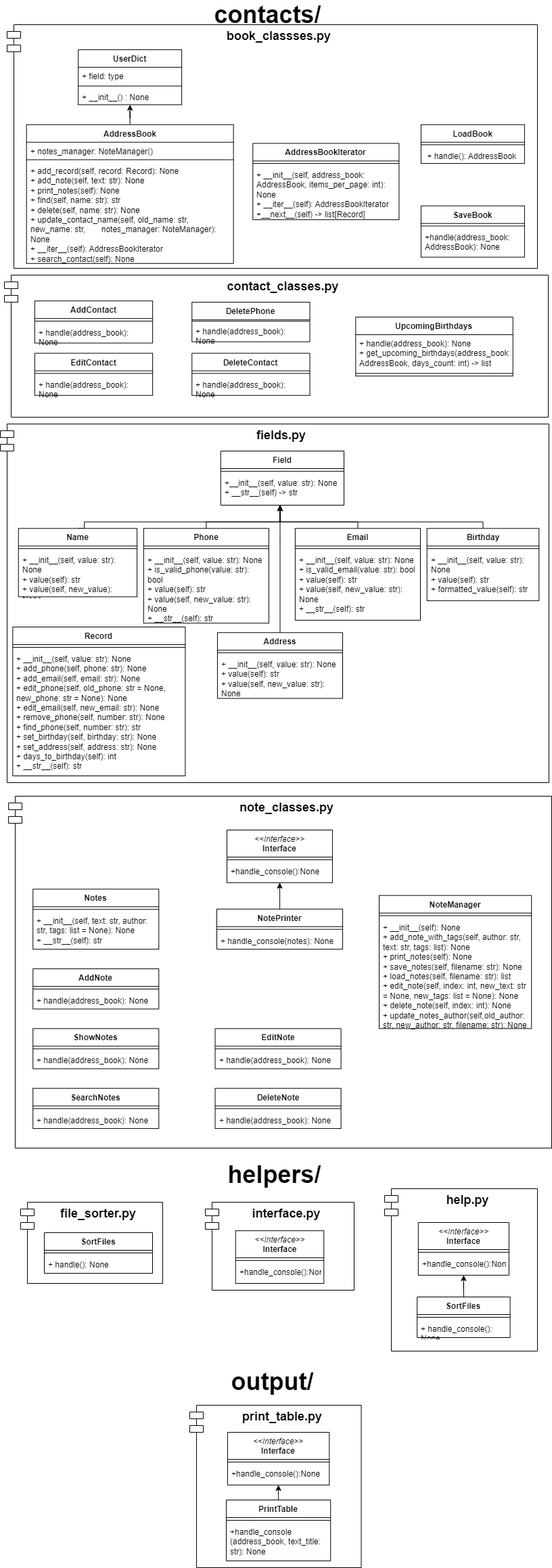
Earlier version of the draw.io export HW_1/Task_1/UML.drawio.png (alenaporoskun/Python_WEB). Source tidied: cells renumbered, new cells last; positions are measured from the earlier drawing's top-left corner, leaving out a move shared by most shapes.
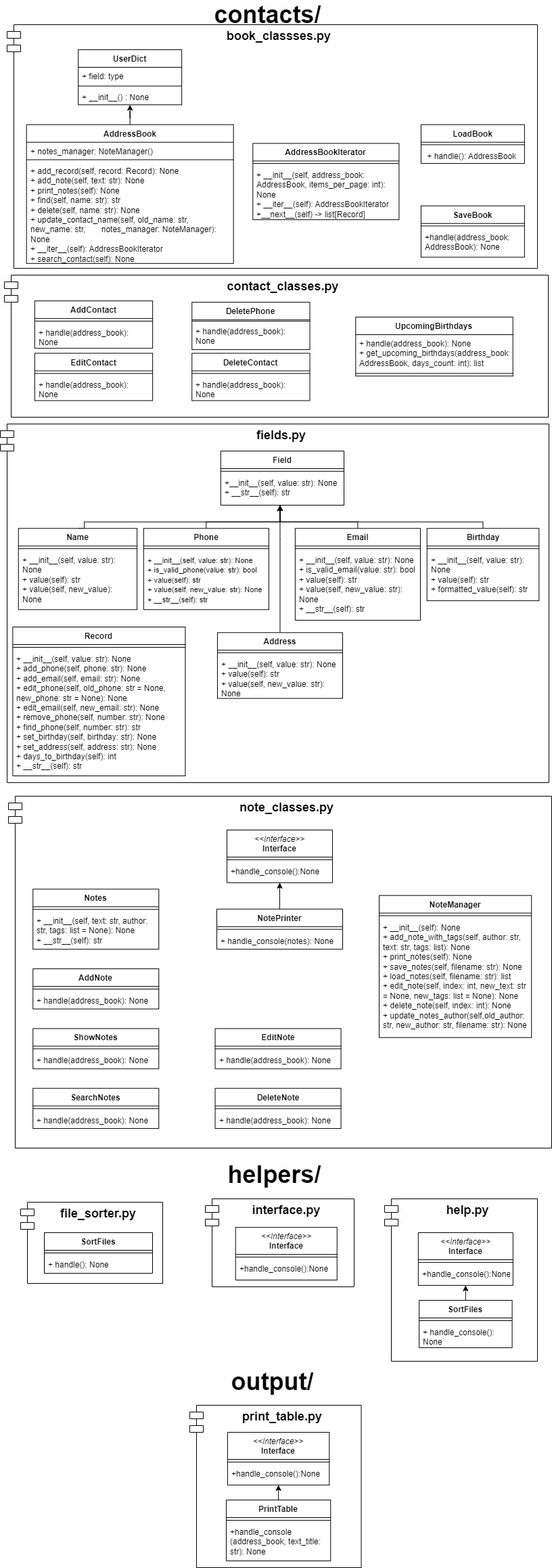
The same file after the commit.

Diff of the diagram source:
```diff
@@ -42,13 +42,13 @@
       <mxGeometry relative="1" as="geometry" />
     </mxCell>
     <mxCell id="15" value="NoteManager" style="swimlane;fontStyle=1;align=center;verticalAlign=top;horizontal=1;startSize=26;whiteSpace=wrap;html=1;" parent="3" vertex="1">
-      <mxGeometry x="548" y="146.7" width="225.2" height="196.7" as="geometry" />
+      <mxGeometry x="548" y="146.7" width="225.2" height="210" as="geometry" />
     </mxCell>
     <mxCell id="16" style="line;strokeWidth=1;fillColor=none;align=left;verticalAlign=middle;spacingTop=-1;spacingLeft=3;spacingRight=3;labelPosition=right;strokeColor=inherit;" parent="15" vertex="1">
       <mxGeometry y="26" width="225.2" height="7.8" as="geometry" />
     </mxCell>
     <mxCell id="17" value="+&amp;nbsp;__init__(self): None&lt;br&gt;+&amp;nbsp;add_note_with_tags(self, author: str, text: str, tags: list): None&lt;br&gt;+&amp;nbsp;print_notes(self): None&lt;br&gt;+&amp;nbsp;save_notes(self, filename: str): None&lt;br&gt;+&amp;nbsp;load_notes(self, filename: str): list&lt;br&gt;+&amp;nbsp;edit_note(self, index: int, new_text: str = None,&amp;nbsp;new_tags: list = None): None&lt;br&gt;+ delete_note(self, index: int): None&lt;br&gt;+&amp;nbsp;&lt;span style=&quot;background-color: initial;&quot;&gt;update_notes_author(self,old_author: str, new_author: str,&lt;/span&gt;&lt;span style=&quot;background-color: initial;&quot;&gt;&amp;nbsp;filename: str): None&lt;/span&gt;&lt;span style=&quot;background-color: initial;&quot;&gt;&lt;br&gt;&lt;/span&gt;" style="text;strokeColor=none;fillColor=none;align=left;verticalAlign=top;spacingLeft=4;spacingRight=4;overflow=hidden;whiteSpace=wrap;html=1;" parent="15" vertex="1">
-      <mxGeometry y="33.8" width="225.2" height="162.9" as="geometry" />
+      <mxGeometry y="33.8" width="225.2" height="176.2" as="geometry" />
     </mxCell>
     <mxCell id="18" value="AddNote" style="swimlane;fontStyle=1;align=center;verticalAlign=top;horizontal=1;startSize=26;whiteSpace=wrap;html=1;" parent="3" vertex="1">
       <mxGeometry x="36.2" y="255.1" width="186.1" height="59.4" as="geometry" />
@@ -102,45 +102,45 @@
       <mxGeometry x="-10" width="804" height="210" as="geometry" />
     </mxCell>
     <mxCell id="35" value="AddContact" style="swimlane;fontStyle=1;align=center;verticalAlign=top;horizontal=1;startSize=26;whiteSpace=wrap;html=1;" parent="33" vertex="1">
-      <mxGeometry x="34.9" y="38.2" width="174.3" height="62.3" as="geometry" />
+      <mxGeometry x="34.9" y="38.2" width="174.3" height="70" as="geometry" />
     </mxCell>
     <mxCell id="36" style="line;strokeWidth=1;fillColor=none;align=left;verticalAlign=middle;spacingTop=-1;spacingLeft=3;spacingRight=3;labelPosition=right;strokeColor=inherit;" parent="35" vertex="1">
       <mxGeometry y="26" width="174.3" height="7.6" as="geometry" />
     </mxCell>
     <mxCell id="37" value="+&amp;nbsp;handle(address_book): None" style="text;strokeColor=none;fillColor=none;align=left;verticalAlign=top;spacingLeft=4;spacingRight=4;overflow=hidden;whiteSpace=wrap;html=1;" parent="35" vertex="1">
-      <mxGeometry y="33.6" width="174.3" height="28.6" as="geometry" />
+      <mxGeometry y="33.6" width="174.3" height="36.4" as="geometry" />
     </mxCell>
     <mxCell id="38" value="EditContact" style="swimlane;fontStyle=1;align=center;verticalAlign=top;horizontal=1;startSize=26;whiteSpace=wrap;html=1;" parent="33" vertex="1">
-      <mxGeometry x="34.9" y="115.5" width="174.3" height="62.3" as="geometry" />
+      <mxGeometry x="34.9" y="115.5" width="174.3" height="70" as="geometry" />
     </mxCell>
     <mxCell id="39" style="line;strokeWidth=1;fillColor=none;align=left;verticalAlign=middle;spacingTop=-1;spacingLeft=3;spacingRight=3;labelPosition=right;strokeColor=inherit;" parent="38" vertex="1">
       <mxGeometry y="26" width="174.3" height="7.6" as="geometry" />
     </mxCell>
     <mxCell id="40" value="+&amp;nbsp;handle(address_book): None" style="text;strokeColor=none;fillColor=none;align=left;verticalAlign=top;spacingLeft=4;spacingRight=4;overflow=hidden;whiteSpace=wrap;html=1;" parent="38" vertex="1">
-      <mxGeometry y="33.6" width="174.3" height="28.6" as="geometry" />
+      <mxGeometry y="33.6" width="174.3" height="36.4" as="geometry" />
     </mxCell>
     <mxCell id="41" value="DeleteContact" style="swimlane;fontStyle=1;align=center;verticalAlign=top;horizontal=1;startSize=26;whiteSpace=wrap;html=1;" parent="33" vertex="1">
-      <mxGeometry x="267.2" y="115.5" width="174.3" height="62.3" as="geometry" />
+      <mxGeometry x="267.2" y="115.5" width="174.3" height="70" as="geometry" />
     </mxCell>
     <mxCell id="42" style="line;strokeWidth=1;fillColor=none;align=left;verticalAlign=middle;spacingTop=-1;spacingLeft=3;spacingRight=3;labelPosition=right;strokeColor=inherit;" parent="41" vertex="1">
       <mxGeometry y="26" width="174.3" height="7.6" as="geometry" />
     </mxCell>
     <mxCell id="43" value="+&amp;nbsp;handle(address_book): None" style="text;strokeColor=none;fillColor=none;align=left;verticalAlign=top;spacingLeft=4;spacingRight=4;overflow=hidden;whiteSpace=wrap;html=1;" parent="41" vertex="1">
-      <mxGeometry y="33.6" width="174.3" height="28.6" as="geometry" />
+      <mxGeometry y="33.6" width="174.3" height="36.4" as="geometry" />
     </mxCell>
     <mxCell id="44" value="DeletePhone" style="swimlane;fontStyle=1;align=center;verticalAlign=top;horizontal=1;startSize=26;whiteSpace=wrap;html=1;" parent="33" vertex="1">
-      <mxGeometry x="267.2" y="40.1" width="174.3" height="58.5" as="geometry" />
+      <mxGeometry x="267.2" y="40.1" width="174.3" height="70" as="geometry" />
     </mxCell>
     <mxCell id="45" style="line;strokeWidth=1;fillColor=none;align=left;verticalAlign=middle;spacingTop=-1;spacingLeft=3;spacingRight=3;labelPosition=right;strokeColor=inherit;" parent="44" vertex="1">
       <mxGeometry y="26" width="174.3" height="3.8" as="geometry" />
     </mxCell>
     <mxCell id="46" value="+&amp;nbsp;handle(address_book): None" style="text;strokeColor=none;fillColor=none;align=left;verticalAlign=top;spacingLeft=4;spacingRight=4;overflow=hidden;whiteSpace=wrap;html=1;" parent="44" vertex="1">
-      <mxGeometry y="29.8" width="174.3" height="28.6" as="geometry" />
+      <mxGeometry y="29.8" width="174.3" height="40.2" as="geometry" />
     </mxCell>
     <mxCell id="47" value="UpcomingBirthdays" style="swimlane;fontStyle=1;align=center;verticalAlign=top;horizontal=1;startSize=26;whiteSpace=wrap;html=1;" parent="33" vertex="1">
       <mxGeometry x="509.3" y="62" width="232.4" height="87.1" as="geometry" />
     </mxCell>
-    <mxCell id="48" value="+&amp;nbsp;handle(address_book): None&lt;br&gt;+&amp;nbsp;get_upcoming_birthdays(address_book: AddressBook, days_count: int) -&amp;gt; list" style="text;strokeColor=none;fillColor=none;align=left;verticalAlign=top;spacingLeft=4;spacingRight=4;overflow=hidden;whiteSpace=wrap;html=1;" parent="47" vertex="1">
+    <mxCell id="48" value="+&amp;nbsp;handle(address_book): None&lt;br&gt;+&amp;nbsp;get_upcoming_birthdays(address_book: AddressBook, days_count: int): list" style="text;strokeColor=none;fillColor=none;align=left;verticalAlign=top;spacingLeft=4;spacingRight=4;overflow=hidden;whiteSpace=wrap;html=1;" parent="47" vertex="1">
       <mxGeometry y="26" width="232.4" height="53.5" as="geometry" />
     </mxCell>
     <mxCell id="49" style="line;strokeWidth=1;fillColor=none;align=left;verticalAlign=middle;spacingTop=-1;spacingLeft=3;spacingRight=3;labelPosition=right;strokeColor=inherit;" parent="47" vertex="1">
@@ -236,7 +236,7 @@
     <mxCell id="79" style="line;strokeWidth=1;fillColor=none;align=left;verticalAlign=middle;spacingTop=-1;spacingLeft=3;spacingRight=3;labelPosition=right;strokeColor=inherit;" parent="78" vertex="1">
       <mxGeometry y="26" width="182.2" height="7.7" as="geometry" />
     </mxCell>
-    <mxCell id="80" value="+__init__(self, value: str): None&lt;br&gt;+&amp;nbsp;__str__(self) -&amp;gt; str" style="text;strokeColor=none;fillColor=none;align=left;verticalAlign=top;spacingLeft=4;spacingRight=4;overflow=hidden;points=[[0,0.5],[1,0.5]];portConstraint=eastwest;whiteSpace=wrap;html=1;" parent="78" vertex="1">
+    <mxCell id="80" value="+__init__(self, value: str): None&lt;br&gt;+&amp;nbsp;__str__(self): str" style="text;strokeColor=none;fillColor=none;align=left;verticalAlign=top;spacingLeft=4;spacingRight=4;overflow=hidden;points=[[0,0.5],[1,0.5]];portConstraint=eastwest;whiteSpace=wrap;html=1;" parent="78" vertex="1">
       <mxGeometry y="33.7" width="182.2" height="46.3" as="geometry" />
     </mxCell>
     <mxCell id="81" style="edgeStyle=orthogonalEdgeStyle;rounded=0;jettySize=auto;html=1;exitX=0.5;exitY=0;exitDx=0;exitDy=0;" parent="73" edge="1" source="82" target="80">
@@ -248,13 +248,13 @@
       </mxGeometry>
     </mxCell>
     <mxCell id="82" value="Name" style="swimlane;fontStyle=1;align=center;verticalAlign=top;horizontal=1;startSize=26;whiteSpace=wrap;html=1;" parent="73" vertex="1">
-      <mxGeometry x="26.8" y="154.3" width="175.3" height="101.1" as="geometry" />
+      <mxGeometry x="26.8" y="154.3" width="175.3" height="120" as="geometry" />
     </mxCell>
     <mxCell id="83" style="line;strokeWidth=1;fillColor=none;align=left;verticalAlign=middle;spacingTop=-1;spacingLeft=3;spacingRight=3;labelPosition=right;strokeColor=inherit;" parent="82" vertex="1">
       <mxGeometry y="26" width="175.3" height="7.7" as="geometry" />
     </mxCell>
     <mxCell id="84" value="+&amp;nbsp;__init__(self, value: str): None&lt;br&gt;+ value(self): str&lt;br&gt;+ value(self, new_value): None" style="text;strokeColor=none;fillColor=none;align=left;verticalAlign=top;spacingLeft=4;spacingRight=4;overflow=hidden;whiteSpace=wrap;html=1;" parent="82" vertex="1">
-      <mxGeometry y="33.7" width="175.3" height="67.4" as="geometry" />
+      <mxGeometry y="33.7" width="175.3" height="86.3" as="geometry" />
     </mxCell>
     <mxCell id="85" style="edgeStyle=orthogonalEdgeStyle;rounded=0;jettySize=auto;html=1;" parent="73" edge="1" source="86" target="78">
       <mxGeometry relative="1" as="geometry">
@@ -265,13 +265,13 @@
       </mxGeometry>
     </mxCell>
     <mxCell id="86" value="Phone" style="swimlane;fontStyle=1;align=center;verticalAlign=top;horizontal=1;startSize=26;whiteSpace=wrap;html=1;" parent="73" vertex="1">
-      <mxGeometry x="211.8" y="154.3" width="185.1" height="140" as="geometry" />
+      <mxGeometry x="211.8" y="154.3" width="185.1" height="120" as="geometry" />
     </mxCell>
     <mxCell id="87" style="line;strokeWidth=1;fillColor=none;align=left;verticalAlign=middle;spacingTop=-1;spacingLeft=3;spacingRight=3;labelPosition=right;strokeColor=inherit;" parent="86" vertex="1">
       <mxGeometry y="26" width="185.1" height="7.7" as="geometry" />
     </mxCell>
-    <mxCell id="88" value="+&amp;nbsp;__init__(self, value: str): None&lt;br&gt;+&amp;nbsp;is_valid_phone(value: str): bool&lt;br&gt;+&amp;nbsp;value(self): str&lt;br&gt;+&amp;nbsp;value(self, new_value: str): None&lt;br&gt;+&amp;nbsp;__str__(self): str" style="text;strokeColor=none;fillColor=none;align=left;verticalAlign=top;spacingLeft=4;spacingRight=4;overflow=hidden;whiteSpace=wrap;html=1;" parent="86" vertex="1">
-      <mxGeometry y="33.7" width="185.1" height="106.3" as="geometry" />
+    <mxCell id="88" value="&lt;font style=&quot;font-size: 11px;&quot;&gt;+&amp;nbsp;__init__(self, value: str): None&lt;br&gt;+&amp;nbsp;is_valid_phone(value: str): bool&lt;br&gt;+&amp;nbsp;value(self): str&lt;br&gt;+&amp;nbsp;value(self, new_value: str): None&lt;br&gt;+&amp;nbsp;__str__(self): str&lt;/font&gt;" style="text;strokeColor=none;fillColor=none;align=left;verticalAlign=top;spacingLeft=4;spacingRight=4;overflow=hidden;whiteSpace=wrap;html=1;" parent="86" vertex="1">
+      <mxGeometry y="33.7" width="185.1" height="86.3" as="geometry" />
     </mxCell>
     <mxCell id="89" style="edgeStyle=orthogonalEdgeStyle;rounded=0;jettySize=auto;html=1;" parent="73" edge="1" source="90" target="78">
       <mxGeometry relative="1" as="geometry">
@@ -325,46 +325,46 @@
       <mxGeometry y="33.7" width="185.1" height="63.5" as="geometry" />
     </mxCell>
     <mxCell id="101" style="group;" parent="1" vertex="1">
-      <mxGeometry x="568" y="1750" width="226" height="240" as="geometry" />
+      <mxGeometry x="568" y="1765" width="226" height="240" as="geometry" />
     </mxCell>
     <mxCell id="102" value="&lt;font style=&quot;font-size: 18px;&quot;&gt;&lt;b&gt;help.py&lt;/b&gt;&lt;/font&gt;" style="shape=module;align=left;spacingLeft=20;align=center;verticalAlign=top;whiteSpace=wrap;html=1;" parent="101" vertex="1">
       <mxGeometry width="226" height="240" as="geometry" />
     </mxCell>
     <mxCell id="103" value="SortFiles" style="swimlane;fontStyle=1;align=center;verticalAlign=top;horizontal=1;startSize=26;whiteSpace=wrap;html=1;" parent="101" vertex="1">
-      <mxGeometry x="48.1" y="160" width="137.5" height="60" as="geometry" />
+      <mxGeometry x="51.1" y="150" width="137.5" height="70" as="geometry" />
     </mxCell>
     <mxCell id="104" style="line;strokeWidth=1;fillColor=none;align=left;verticalAlign=middle;spacingTop=-1;spacingLeft=3;spacingRight=3;labelPosition=right;strokeColor=inherit;" parent="103" vertex="1">
       <mxGeometry y="26" width="137.5" height="8" as="geometry" />
     </mxCell>
     <mxCell id="105" value="+ handle_console(): None" style="text;strokeColor=none;fillColor=none;align=left;verticalAlign=top;spacingLeft=4;spacingRight=4;overflow=hidden;whiteSpace=wrap;html=1;" parent="103" vertex="1">
-      <mxGeometry y="34" width="137.5" height="26" as="geometry" />
+      <mxGeometry y="34" width="137.5" height="36" as="geometry" />
     </mxCell>
     <mxCell id="106" value="&lt;b style=&quot;border-color: var(--border-color);&quot;&gt;&lt;i style=&quot;border-color: var(--border-color); font-weight: 400;&quot;&gt;&amp;lt;&amp;lt;Interface&amp;gt;&amp;gt;&lt;/i&gt;&lt;br&gt;Interface&lt;br&gt;&lt;br&gt;&lt;/b&gt;" style="swimlane;fontStyle=1;align=center;verticalAlign=top;horizontal=1;startSize=40;whiteSpace=wrap;html=1;" parent="101" vertex="1">
-      <mxGeometry x="49.8" y="50" width="134.1" height="77.8" as="geometry" />
+      <mxGeometry x="49.8" y="50" width="140" height="77.8" as="geometry" />
     </mxCell>
     <mxCell id="107" style="line;strokeWidth=1;fillColor=none;align=left;verticalAlign=middle;spacingTop=-1;spacingLeft=3;spacingRight=3;labelPosition=right;strokeColor=inherit;" parent="106" vertex="1">
-      <mxGeometry y="40" width="134.1" height="7.8" as="geometry" />
+      <mxGeometry y="40" width="140" height="7.8" as="geometry" />
     </mxCell>
     <mxCell id="108" value="+handle_console():None" style="text;strokeColor=none;fillColor=none;align=left;verticalAlign=top;spacingLeft=4;spacingRight=4;overflow=hidden;whiteSpace=wrap;html=1;" parent="106" vertex="1">
-      <mxGeometry y="47.8" width="134.1" height="30" as="geometry" />
+      <mxGeometry y="47.8" width="140" height="30" as="geometry" />
     </mxCell>
     <mxCell id="109" style="edgeStyle=orthogonalEdgeStyle;rounded=0;jettySize=auto;html=1;" parent="101" edge="1" source="103" target="106">
       <mxGeometry relative="1" as="geometry" />
     </mxCell>
     <mxCell id="110" style="group;" parent="1" vertex="1">
-      <mxGeometry x="303" y="1770" width="220" height="130" as="geometry" />
+      <mxGeometry x="303" y="1765" width="220" height="130" as="geometry" />
     </mxCell>
     <mxCell id="111" value="&lt;font style=&quot;font-size: 18px;&quot;&gt;&lt;b&gt;interface.py&lt;/b&gt;&lt;/font&gt;" style="shape=module;align=left;spacingLeft=20;align=center;verticalAlign=top;whiteSpace=wrap;html=1;" parent="110" vertex="1">
       <mxGeometry width="220" height="130" as="geometry" />
     </mxCell>
     <mxCell id="112" value="&lt;b style=&quot;border-color: var(--border-color);&quot;&gt;&lt;i style=&quot;border-color: var(--border-color); font-weight: 400;&quot;&gt;&amp;lt;&amp;lt;Interface&amp;gt;&amp;gt;&lt;/i&gt;&lt;br&gt;Interface&lt;br&gt;&lt;br&gt;&lt;/b&gt;" style="swimlane;fontStyle=1;align=center;verticalAlign=top;horizontal=1;startSize=40;whiteSpace=wrap;html=1;" parent="110" vertex="1">
-      <mxGeometry x="44.7" y="42.2" width="130.5" height="77.8" as="geometry" />
+      <mxGeometry x="44.7" y="42.2" width="150" height="77.8" as="geometry" />
     </mxCell>
     <mxCell id="113" style="line;strokeWidth=1;fillColor=none;align=left;verticalAlign=middle;spacingTop=-1;spacingLeft=3;spacingRight=3;labelPosition=right;strokeColor=inherit;" parent="112" vertex="1">
-      <mxGeometry y="40" width="130.5" height="7.8" as="geometry" />
+      <mxGeometry y="40" width="150" height="7.8" as="geometry" />
     </mxCell>
     <mxCell id="114" value="+handle_console():None" style="text;strokeColor=none;fillColor=none;align=left;verticalAlign=top;spacingLeft=4;spacingRight=4;overflow=hidden;whiteSpace=wrap;html=1;" parent="112" vertex="1">
-      <mxGeometry y="47.8" width="130.5" height="30" as="geometry" />
+      <mxGeometry y="47.8" width="150" height="30" as="geometry" />
     </mxCell>
     <mxCell id="115" value="&lt;font style=&quot;font-size: 36px;&quot;&gt;output/&lt;/font&gt;" style="text;strokeColor=none;fillColor=none;html=1;fontSize=24;fontStyle=1;verticalAlign=middle;align=center;" parent="1" vertex="1">
       <mxGeometry x="347" y="2020" width="110" height="30" as="geometry" />
```
